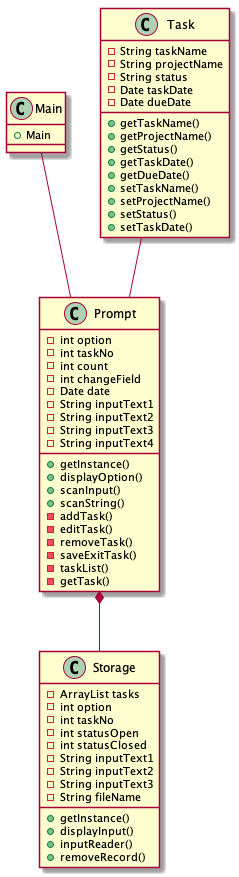
ShivalathaRachamalla/ToDoList keeps this PlantUML diagram as img/Class_Diagram.png. Above is the earlier version.
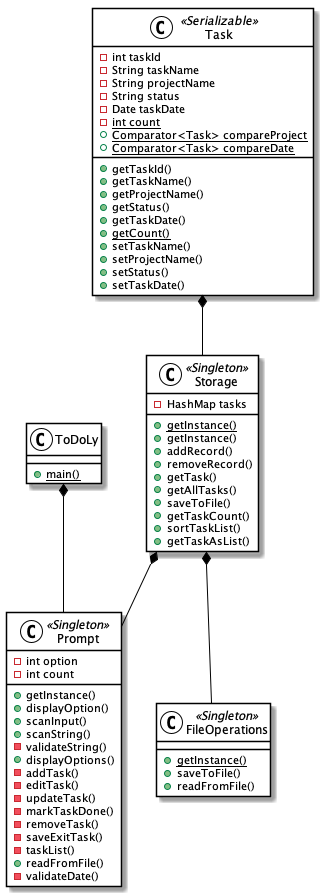
Later version of the same file.

The edit, as a diff of the source:
```diff
@@ -1,65 +1,79 @@
 @startuml
-Main -- Prompt
-Prompt *-- Storage
-Task -- Prompt
+ToDoLy *-- Prompt
+Storage *--  FileOperations
+Storage *-- Prompt
+Task *-- Storage
 
-class Main {
-+ Main
+skinparam class {
+BackgroundColor White
+ArrowColor Black
+BorderColor Black
+}
+skinparam stereotypeCBackgroundColor BlackWhite
+
+class ToDoLy {
++ {static} main()
 }
 
-class Task {
+class Task <<Serializable>> {
+- int taskId
 - String taskName
 - String projectName
 - String status
 - Date taskDate
-- Date dueDate
+- {static} int count
++ {static} Comparator<Task> compareProject
++ {static} Comparator<Task> compareDate
++ getTaskId()
 + getTaskName()
 + getProjectName()
 + getStatus()
 + getTaskDate()
-+ getDueDate()
++ {static} getCount()
 + setTaskName()
 + setProjectName()
 + setStatus()
 + setTaskDate()
 }
 
-class Prompt {
+class FileOperations << Singleton >> {
++ {static} getInstance()
++ saveToFile()
++ readFromFile()
+}
+
+class Prompt  << Singleton >> {
 - int option
-- int taskNo
 - int count
-- int changeField
-- Date date
-- String inputText1
-- String inputText2
-- String inputText3
-- String inputText4
 + getInstance()
 + displayOption()
 + scanInput()
 + scanString()
+- validateString()
++ displayOptions()
 - addTask()
 - editTask()
+- updateTask()
+- markTaskDone()
 - removeTask()
 - saveExitTask()
 - taskList()
-- getTask()
++ readFromFile()
+- validateDate()
 }
 
-class Storage {
-- ArrayList tasks
-- int option
-- int taskNo
-- int statusOpen
-- int statusClosed
-- String inputText1
-- String inputText2
-- String inputText3
-- String fileName
+class Storage << Singleton >> {
+- HashMap tasks
++ {static} getInstance()
 + getInstance()
-+ displayInput()
-+ inputReader()
++ addRecord()
 + removeRecord()
++ getTask()
++ getAllTasks()
++ saveToFile()
++ getTaskCount()
++ sortTaskList()
++ getTaskAsList()
 }
 
 @enduml
```
